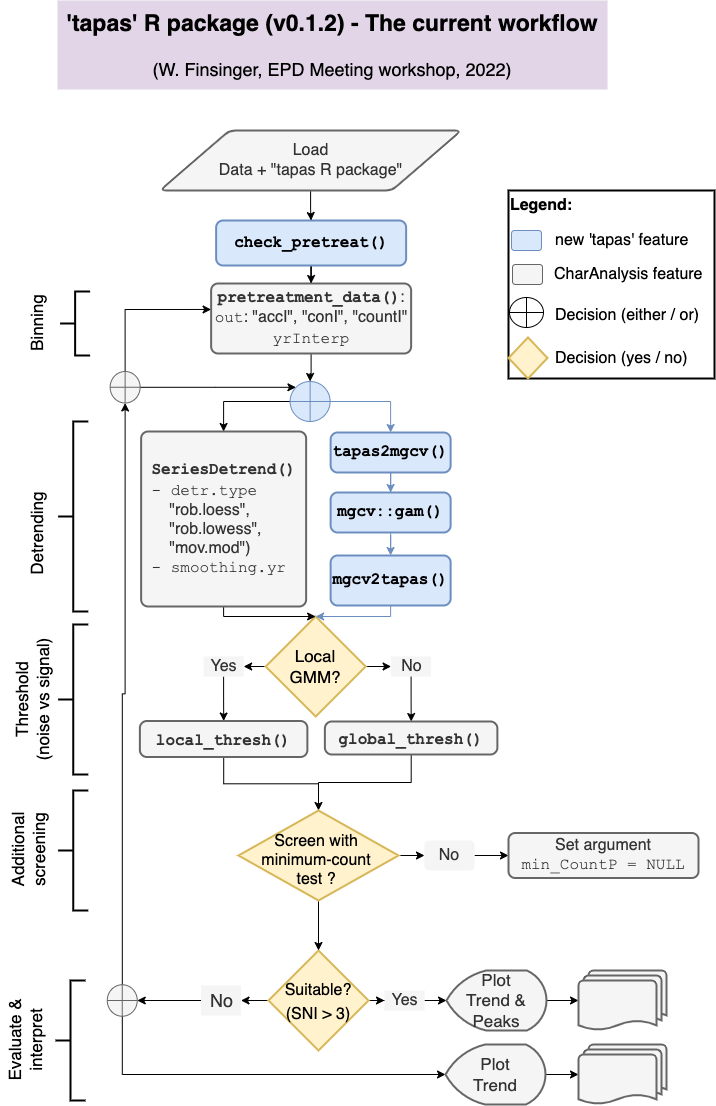
Earlier version of the draw.io export Tapas_Flowchart_v012.png (wfinsinger/tapas_workshop_EPD_2022). Source tidied: cells renumbered, new cells last; positions are measured from the earlier drawing's top-left corner, leaving out a move shared by most shapes.
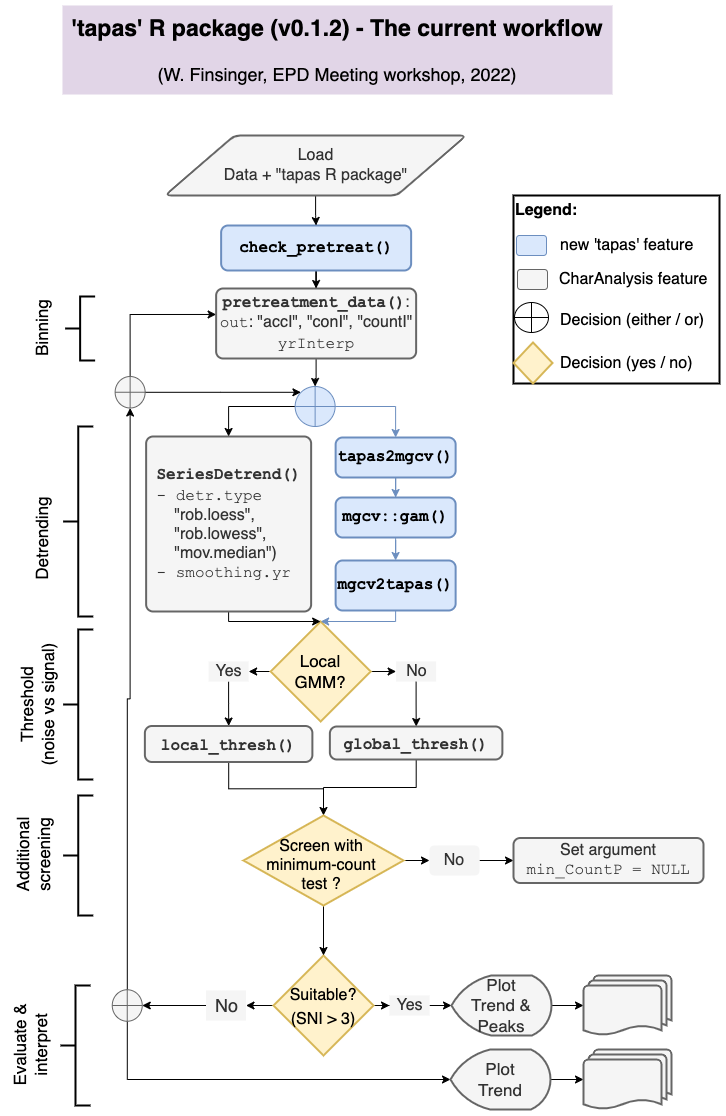
After the change.

What changed in the source:
```diff
@@ -63,7 +63,7 @@
         </Array>
       </mxGeometry>
     </mxCell>
-    <mxCell id="21" value="&lt;div align=&quot;left&quot;&gt;&lt;b&gt;&lt;font face=&quot;Courier New&quot;&gt;SeriesDetrend()&lt;/font&gt;&lt;/b&gt;&lt;/div&gt;&lt;div align=&quot;left&quot;&gt;&lt;font face=&quot;Courier New&quot;&gt;- detr.type&lt;/font&gt;&lt;br&gt;&lt;/div&gt;&lt;div align=&quot;left&quot;&gt;&amp;nbsp;&amp;nbsp;&amp;nbsp; &quot;rob.loess&quot;,&lt;/div&gt;&lt;div align=&quot;left&quot;&gt;&amp;nbsp;&amp;nbsp;&amp;nbsp; &quot;rob.lowess&quot;,&lt;/div&gt;&lt;div align=&quot;left&quot;&gt;&amp;nbsp;&amp;nbsp;&amp;nbsp; &quot;mov.mod&quot;)&lt;/div&gt;&lt;div align=&quot;left&quot;&gt;&lt;font face=&quot;Courier New&quot;&gt;- smoothing.yr&lt;/font&gt;&lt;br&gt;&lt;/div&gt;" style="rounded=1;whiteSpace=wrap;html=1;absoluteArcSize=1;arcSize=14;strokeWidth=2;fontFamily=Helvetica;fontSize=16;fillColor=#f5f5f5;fontColor=#333333;strokeColor=#666666;" parent="1" vertex="1">
+    <mxCell id="21" value="&lt;div align=&quot;left&quot;&gt;&lt;b&gt;&lt;font face=&quot;Courier New&quot;&gt;SeriesDetrend()&lt;/font&gt;&lt;/b&gt;&lt;/div&gt;&lt;div align=&quot;left&quot;&gt;&lt;font face=&quot;Courier New&quot;&gt;- detr.type&lt;/font&gt;&lt;br&gt;&lt;/div&gt;&lt;div align=&quot;left&quot;&gt;&amp;nbsp;&amp;nbsp;&amp;nbsp; &quot;rob.loess&quot;,&lt;/div&gt;&lt;div align=&quot;left&quot;&gt;&amp;nbsp;&amp;nbsp;&amp;nbsp; &quot;rob.lowess&quot;,&lt;/div&gt;&lt;div align=&quot;left&quot;&gt;&amp;nbsp;&amp;nbsp;&amp;nbsp; &quot;mov.median&quot;)&lt;/div&gt;&lt;div align=&quot;left&quot;&gt;&lt;font face=&quot;Courier New&quot;&gt;- smoothing.yr&lt;/font&gt;&lt;br&gt;&lt;/div&gt;" style="rounded=1;whiteSpace=wrap;html=1;absoluteArcSize=1;arcSize=14;strokeWidth=2;fontFamily=Helvetica;fontSize=16;fillColor=#f5f5f5;fontColor=#333333;strokeColor=#666666;" parent="1" vertex="1">
       <mxGeometry x="196.6" y="431" width="165" height="175" as="geometry" />
     </mxCell>
     <mxCell id="22" style="edgeStyle=orthogonalEdgeStyle;rounded=0;jettySize=auto;html=1;exitX=0.5;exitY=1;exitDx=0;exitDy=0;fontFamily=Helvetica;fontSize=16;fillColor=#dae8fc;strokeColor=#6c8ebf;" parent="1" edge="1" source="23" target="25">
```
